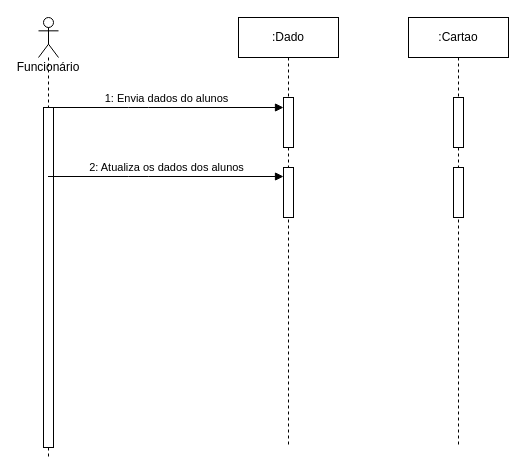
This is AnaliseSistemasII/diagseqcomcatracas.drawio from owlprog-glitch/spiritpro, a draw.io file, before an edit. Source tidied: cells renumbered, new cells numbered last; positions are measured from the earlier drawing's top-left corner, leaving out a move shared by most shapes. Both pictures are drawn from the tidied source at 100%, with x=0, y=0 at pixel (38, 17).
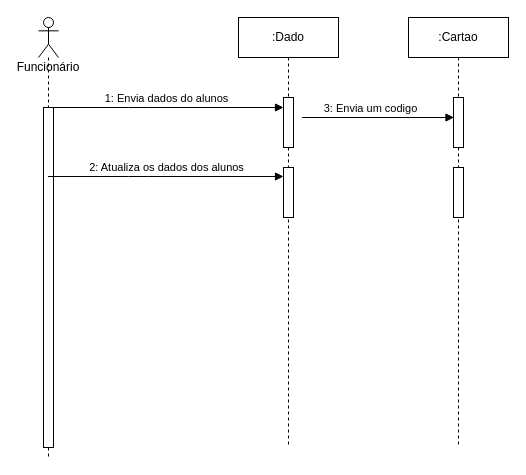
After the change.

The edit, as a diff of the source:
```diff
@@
 <mxGraphModel>
   <root>
     <mxCell id="0" />
     <mxCell id="1" parent="0" />
     <mxCell id="2" value="1: Envia dados do alunos" style="html=1;verticalAlign=bottom;endArrow=block;" parent="1" edge="1" source="6" target="4">
       <mxGeometry relative="1" as="geometry">
         <Array as="points">
           <mxPoint x="100" y="90" />
         </Array>
       </mxGeometry>
     </mxCell>
     <mxCell id="3" value=":Dado" style="shape=umlLifeline;perimeter=lifelinePerimeter;whiteSpace=wrap;html=1;" parent="1" vertex="1">
       <mxGeometry x="200" width="100" height="430" as="geometry" />
     </mxCell>
     <mxCell id="4" style="html=1;points=[];perimeter=orthogonalPerimeter;" parent="3" vertex="1">
       <mxGeometry x="45" y="80" width="10" height="50" as="geometry" />
     </mxCell>
     <mxCell id="5" style="html=1;perimeter=orthogonalPerimeter;" parent="3" vertex="1">
       <mxGeometry x="45" y="150" width="10" height="50" as="geometry" />
     </mxCell>
     <mxCell id="6" value="Funcionário" style="shape=umlLifeline;participant=umlActor;perimeter=lifelinePerimeter;whiteSpace=wrap;html=1;verticalAlign=top;spacingTop=36;outlineConnect=0;" parent="1" vertex="1">
       <mxGeometry width="20" height="440" as="geometry" />
     </mxCell>
     <mxCell id="7" style="html=1;perimeter=orthogonalPerimeter;" parent="6" vertex="1">
       <mxGeometry x="5" y="90" width="10" height="340" as="geometry" />
     </mxCell>
     <mxCell id="8" value="2: Atualiza os dados dos alunos" style="html=1;verticalAlign=bottom;endArrow=block;" parent="1" edge="1">
       <mxGeometry relative="1" as="geometry">
         <mxPoint x="9.5" y="159" as="sourcePoint" />
         <mxPoint x="245" y="159" as="targetPoint" />
         <Array as="points">
           <mxPoint x="100" y="159" />
         </Array>
       </mxGeometry>
     </mxCell>
     <mxCell id="9" value="&lt;div&gt;:Cartao&lt;/div&gt;" style="shape=umlLifeline;perimeter=lifelinePerimeter;whiteSpace=wrap;html=1;" parent="1" vertex="1">
       <mxGeometry x="370" width="100" height="430" as="geometry" />
     </mxCell>
     <mxCell id="10" style="html=1;perimeter=orthogonalPerimeter;" parent="9" vertex="1">
       <mxGeometry x="45" y="80" width="10" height="50" as="geometry" />
     </mxCell>
     <mxCell id="11" style="html=1;perimeter=orthogonalPerimeter;" parent="9" vertex="1">
       <mxGeometry x="45" y="150" width="10" height="50" as="geometry" />
     </mxCell>
+    <mxCell id="12" value="3: Envia um codigo" style="html=1;verticalAlign=bottom;endArrow=block;" parent="1" edge="1">
+      <mxGeometry relative="1" as="geometry">
+        <mxPoint x="271" y="100" as="sourcePoint" />
+        <mxPoint x="415.5" y="100" as="targetPoint" />
+        <Array as="points">
+          <mxPoint x="260" y="100" />
+        </Array>
+      </mxGeometry>
+    </mxCell>
   </root>
 </mxGraphModel>
```
